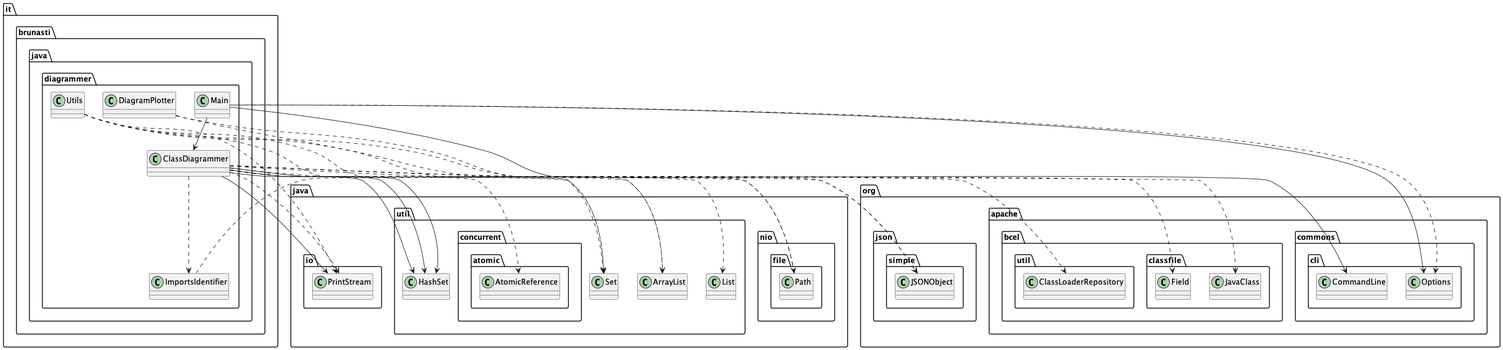
brunasti/java-diagrammer keeps this PlantUML diagram as docs/output.png. Above is the earlier version. Source of this version:
```plantuml
@startuml




class it.brunasti.java.diagrammer.ClassDiagrammer
class it.brunasti.java.diagrammer.Utils
class it.brunasti.java.diagrammer.Main
class it.brunasti.java.diagrammer.ImportsIdentifier
class it.brunasti.java.diagrammer.DiagramPlotter



it.brunasti.java.diagrammer.ClassDiagrammer --> java.io.PrintStream
it.brunasti.java.diagrammer.ClassDiagrammer --> java.util.HashSet
it.brunasti.java.diagrammer.ClassDiagrammer --> java.util.HashSet
it.brunasti.java.diagrammer.ClassDiagrammer --> java.util.HashSet
it.brunasti.java.diagrammer.Main --> org.apache.commons.cli.CommandLine
it.brunasti.java.diagrammer.Main --> it.brunasti.java.diagrammer.ClassDiagrammer
it.brunasti.java.diagrammer.Main --> org.apache.commons.cli.Options

it.brunasti.java.diagrammer.ClassDiagrammer ..> java.io.PrintStream
it.brunasti.java.diagrammer.ClassDiagrammer ..> java.util.Set
it.brunasti.java.diagrammer.ClassDiagrammer ..> org.json.simple.JSONObject
it.brunasti.java.diagrammer.ClassDiagrammer ..> org.apache.bcel.classfile.JavaClass
it.brunasti.java.diagrammer.ClassDiagrammer ..> org.apache.bcel.classfile.Field
it.brunasti.java.diagrammer.ClassDiagrammer ..> java.util.ArrayList
it.brunasti.java.diagrammer.ClassDiagrammer ..> org.apache.bcel.util.ClassLoaderRepository
it.brunasti.java.diagrammer.ClassDiagrammer ..> it.brunasti.java.diagrammer.ImportsIdentifier
it.brunasti.java.diagrammer.ClassDiagrammer ..> java.util.concurrent.atomic.AtomicReference
it.brunasti.java.diagrammer.Utils ..> java.io.PrintStream
it.brunasti.java.diagrammer.Utils ..> java.util.ArrayList
it.brunasti.java.diagrammer.Utils ..> java.util.Set
it.brunasti.java.diagrammer.Utils ..> org.json.simple.JSONObject
it.brunasti.java.diagrammer.Utils ..> java.nio.file.Path
it.brunasti.java.diagrammer.Main ..> org.apache.commons.cli.Options
it.brunasti.java.diagrammer.ImportsIdentifier ..> java.util.Set
it.brunasti.java.diagrammer.DiagramPlotter ..> java.util.List
it.brunasti.java.diagrammer.DiagramPlotter ..> java.nio.file.Path



@enduml
```
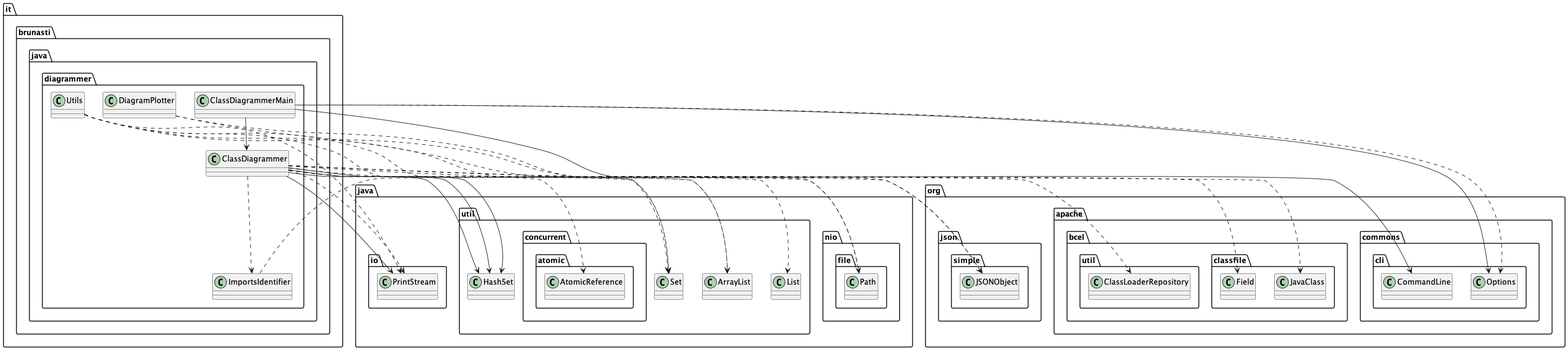
Later version of the same file.

What changed in the source:
```diff
@@ -5,7 +5,7 @@
 
 class it.brunasti.java.diagrammer.ClassDiagrammer
 class it.brunasti.java.diagrammer.Utils
-class it.brunasti.java.diagrammer.Main
+class it.brunasti.java.diagrammer.ClassDiagrammerMain
 class it.brunasti.java.diagrammer.ImportsIdentifier
 class it.brunasti.java.diagrammer.DiagramPlotter
 
@@ -15,9 +15,9 @@
 it.brunasti.java.diagrammer.ClassDiagrammer --> java.util.HashSet
 it.brunasti.java.diagrammer.ClassDiagrammer --> java.util.HashSet
 it.brunasti.java.diagrammer.ClassDiagrammer --> java.util.HashSet
-it.brunasti.java.diagrammer.Main --> org.apache.commons.cli.CommandLine
-it.brunasti.java.diagrammer.Main --> it.brunasti.java.diagrammer.ClassDiagrammer
-it.brunasti.java.diagrammer.Main --> org.apache.commons.cli.Options
+it.brunasti.java.diagrammer.ClassDiagrammerMain --> org.apache.commons.cli.CommandLine
+it.brunasti.java.diagrammer.ClassDiagrammerMain --> it.brunasti.java.diagrammer.ClassDiagrammer
+it.brunasti.java.diagrammer.ClassDiagrammerMain --> org.apache.commons.cli.Options
 
 it.brunasti.java.diagrammer.ClassDiagrammer ..> java.io.PrintStream
 it.brunasti.java.diagrammer.ClassDiagrammer ..> java.util.Set
@@ -33,7 +33,7 @@
 it.brunasti.java.diagrammer.Utils ..> java.util.Set
 it.brunasti.java.diagrammer.Utils ..> org.json.simple.JSONObject
 it.brunasti.java.diagrammer.Utils ..> java.nio.file.Path
-it.brunasti.java.diagrammer.Main ..> org.apache.commons.cli.Options
+it.brunasti.java.diagrammer.ClassDiagrammerMain ..> org.apache.commons.cli.Options
 it.brunasti.java.diagrammer.ImportsIdentifier ..> java.util.Set
 it.brunasti.java.diagrammer.DiagramPlotter ..> java.util.List
 it.brunasti.java.diagrammer.DiagramPlotter ..> java.nio.file.Path
```
